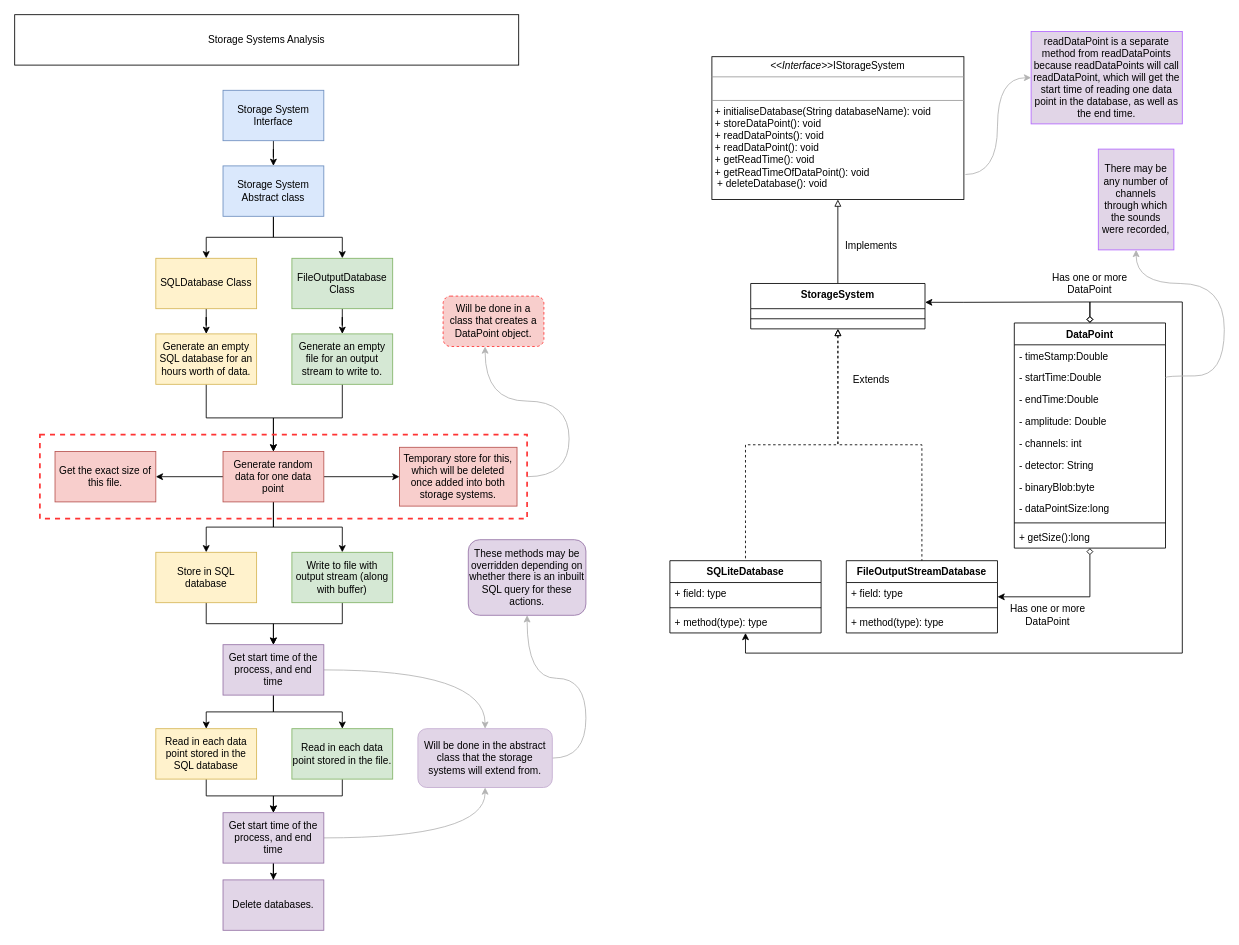
The draw.io diagram planning/StorageSystemVIP.drawio in dolphin-acoustics-vip/DBAnalytics, before the edit. Source tidied: cells renumbered, new cells numbered last; positions are measured from the earlier drawing's top-left corner, leaving out a move shared by most shapes. Both pictures are drawn from the tidied source at 84%, with x=0, y=0 at pixel (14, 14).
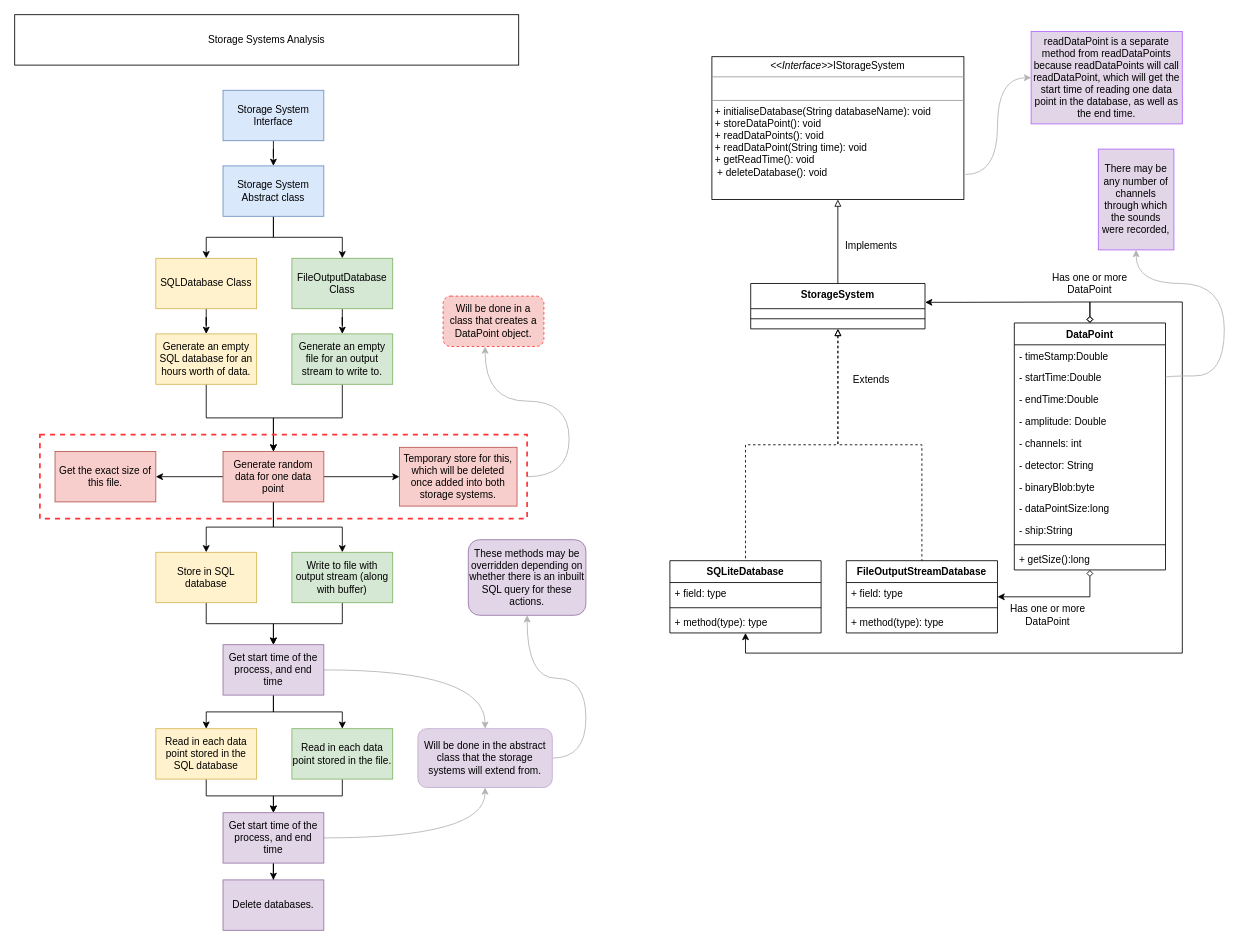
After the change.

Diff of the diagram source:
```diff
@@
-    <mxCell id="50" value="&lt;p style=&quot;margin:0px;margin-top:4px;text-align:center;&quot;&gt;&lt;i&gt;&amp;lt;&amp;lt;Interface&amp;gt;&amp;gt;&lt;/i&gt;IStorageSystem&lt;br&gt;&lt;/p&gt;&lt;hr size=&quot;1&quot;&gt;&lt;p style=&quot;margin:0px;margin-left:4px;&quot;&gt;&lt;br&gt;&lt;/p&gt;&lt;hr size=&quot;1&quot;&gt;&lt;p style=&quot;margin:0px;margin-left:4px;&quot;&gt;+ initialiseDatabase(String databaseName): void&lt;br&gt;+ storeDataPoint(): void&lt;/p&gt;&lt;p style=&quot;margin:0px;margin-left:4px;&quot;&gt;+ readDataPoints(): void&lt;/p&gt;&lt;p style=&quot;margin:0px;margin-left:4px;&quot;&gt;+ readDataPoint(): void&lt;/p&gt;&lt;p style=&quot;margin:0px;margin-left:4px;&quot;&gt;+ getReadTime(): void&lt;/p&gt;&lt;p style=&quot;margin:0px;margin-left:4px;&quot;&gt;+ getReadTimeOfDataPoint(): void&lt;/p&gt;&lt;div&gt;&amp;nbsp; + deleteDatabase(): void&lt;br&gt;&lt;/div&gt;" style="verticalAlign=top;align=left;overflow=fill;fontSize=12;fontFamily=Helvetica;html=1;strokeWidth=1;" parent="1" vertex="1">
+    <mxCell id="50" value="&lt;p style=&quot;margin:0px;margin-top:4px;text-align:center;&quot;&gt;&lt;i&gt;&amp;lt;&amp;lt;Interface&amp;gt;&amp;gt;&lt;/i&gt;IStorageSystem&lt;br&gt;&lt;/p&gt;&lt;hr size=&quot;1&quot;&gt;&lt;p style=&quot;margin:0px;margin-left:4px;&quot;&gt;&lt;br&gt;&lt;/p&gt;&lt;hr size=&quot;1&quot;&gt;&lt;p style=&quot;margin:0px;margin-left:4px;&quot;&gt;+ initialiseDatabase(String databaseName): void&lt;br&gt;+ storeDataPoint(): void&lt;/p&gt;&lt;p style=&quot;margin:0px;margin-left:4px;&quot;&gt;+ readDataPoints(): void&lt;/p&gt;&lt;p style=&quot;margin:0px;margin-left:4px;&quot;&gt;+ readDataPoint(String time): void&lt;/p&gt;&lt;p style=&quot;margin:0px;margin-left:4px;&quot;&gt;+ getReadTime(): void&lt;/p&gt;&lt;div&gt;&amp;nbsp; + deleteDatabase(): void&lt;br&gt;&lt;/div&gt;" style="verticalAlign=top;align=left;overflow=fill;fontSize=12;fontFamily=Helvetica;html=1;strokeWidth=1;" parent="1" vertex="1">
       <mxGeometry x="830" y="50" width="300" height="170" as="geometry" />
     </mxCell>
@@
     <mxCell id="55" value="DataPoint" style="swimlane;fontStyle=1;align=center;verticalAlign=top;horizontal=1;startSize=26;labelBackgroundColor=none;strokeWidth=1;" parent="1" vertex="1">
-      <mxGeometry x="1190" y="367" width="180" height="268" as="geometry" />
+      <mxGeometry x="1190" y="367" width="180" height="294" as="geometry" />
     </mxCell>
@@
+    <mxCell id="81" value="- ship:String" style="text;strokeColor=none;fillColor=none;align=left;verticalAlign=top;spacingLeft=4;spacingRight=4;overflow=hidden;labelBackgroundColor=none;strokeWidth=1;" parent="55" vertex="1">
+      <mxGeometry y="234" width="180" height="26" as="geometry" />
+    </mxCell>
     <mxCell id="64" style="line;strokeWidth=1;fillColor=none;align=left;verticalAlign=middle;spacingTop=-1;spacingLeft=3;spacingRight=3;labelPosition=right;strokeColor=inherit;labelBackgroundColor=none;" parent="55" vertex="1">
-      <mxGeometry y="234" width="180" height="8" as="geometry" />
+      <mxGeometry y="260" width="180" height="8" as="geometry" />
     </mxCell>
     <mxCell id="65" value="+ getSize():long" style="text;strokeColor=none;fillColor=none;align=left;verticalAlign=top;spacingLeft=4;spacingRight=4;overflow=hidden;labelBackgroundColor=none;strokeWidth=1;" parent="55" vertex="1">
-      <mxGeometry y="242" width="180" height="26" as="geometry" />
+      <mxGeometry y="268" width="180" height="26" as="geometry" />
     </mxCell>
```
